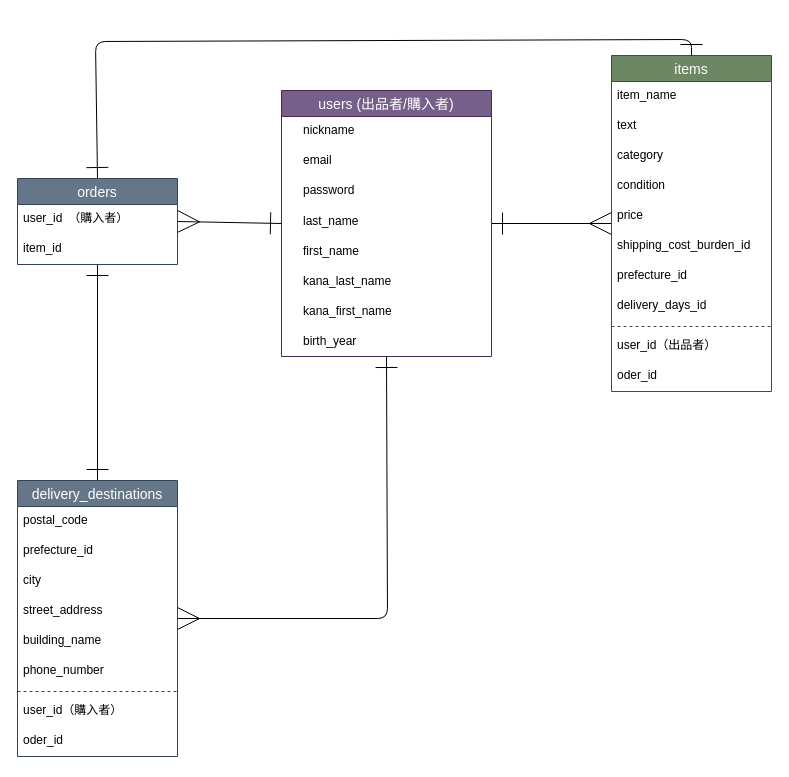
Earlier version of the draw.io diagram ER図.dio (samaimo/furima-40414). Source tidied: cells renumbered, new cells numbered last; positions are measured from the earlier drawing's top-left corner, leaving out a move shared by most shapes. Both pictures are drawn from the tidied source at 100%, with x=0, y=0 at pixel (17, 39).
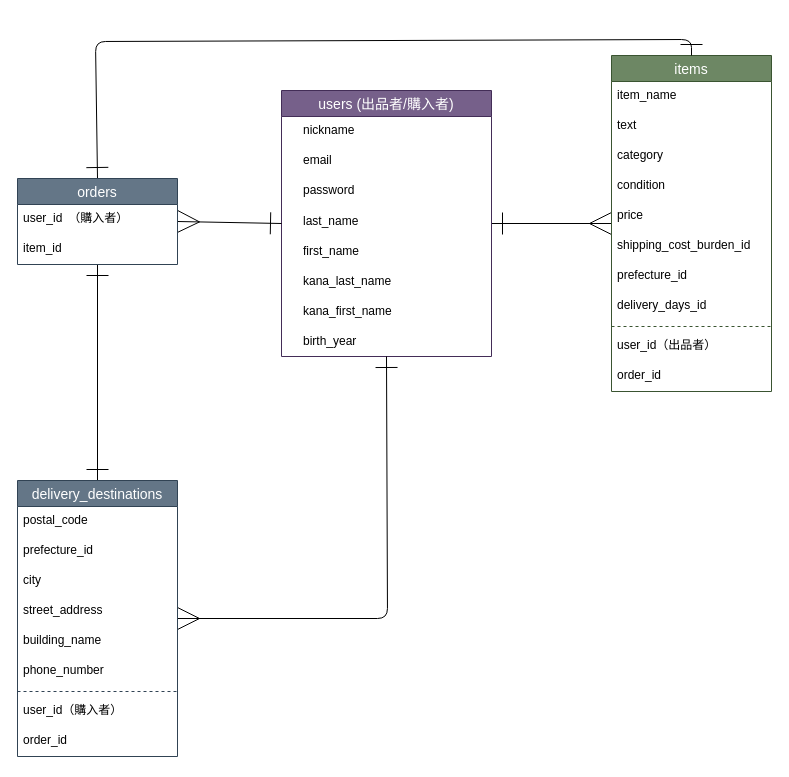
After the change.

Commit message (it also covers changes not shown here):
DB設計の軽微な修正

「oder」の誤字修正。
「order」へ変更済み。

Unchanged cells that the change refers to:
```xml
<mxCell id="12" value="items" style="swimlane;fontStyle=0;horizontal=1;startSize=26;align=center;fontSize=14;fillColor=#6d8764;fontColor=#ffffff;strokeColor=#3A5431;" parent="1" vertex="1">
  <mxGeometry x="594" y="16" width="160" height="336" as="geometry" />
</mxCell>
<mxCell id="31" value="delivery_destinations" style="swimlane;fontStyle=0;horizontal=1;startSize=26;align=center;fontSize=14;fillColor=#647687;fontColor=#ffffff;strokeColor=#314354;" parent="1" vertex="1">
  <mxGeometry y="441" width="160" height="276" as="geometry" />
</mxCell>
```

What changed in the source:
```diff
@@
-    <mxCell id="23" value="oder_id" style="text;strokeColor=none;fillColor=none;spacingLeft=4;spacingRight=4;overflow=hidden;fontSize=12;" parent="12" vertex="1">
+    <mxCell id="23" value="order_id" style="text;strokeColor=none;fillColor=none;spacingLeft=4;spacingRight=4;overflow=hidden;fontSize=12;" parent="12" vertex="1">
       <mxGeometry y="306" width="160" height="30" as="geometry" />
     </mxCell>
@@
-    <mxCell id="40" value="oder_id" style="text;strokeColor=none;fillColor=none;spacingLeft=4;spacingRight=4;overflow=hidden;fontSize=12;" parent="31" vertex="1">
+    <mxCell id="40" value="order_id" style="text;strokeColor=none;fillColor=none;spacingLeft=4;spacingRight=4;overflow=hidden;fontSize=12;" parent="31" vertex="1">
       <mxGeometry y="246" width="160" height="30" as="geometry" />
     </mxCell>
```
